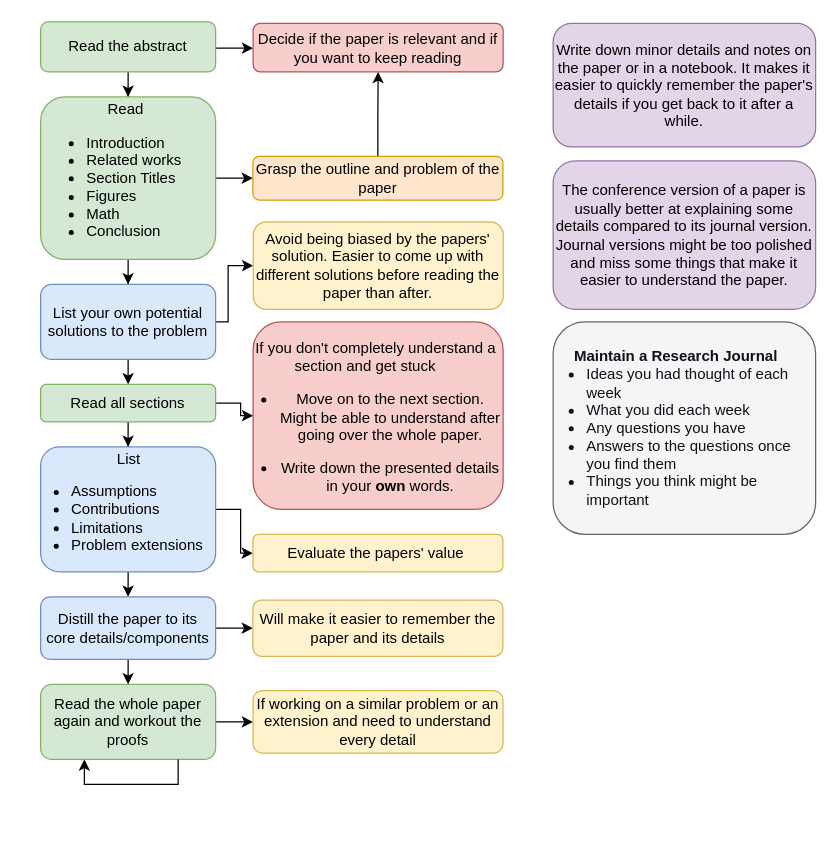
itskalvik/how-to-read keeps this draw.io diagram as how_to_read.drawio. Above is the earlier version. Source tidied: cells renumbered, new cells numbered last; positions are measured from the earlier drawing's top-left corner, leaving out a move shared by most shapes. Both pictures are drawn from the tidied source at 125%, with x=0, y=0 at pixel (40, 21).
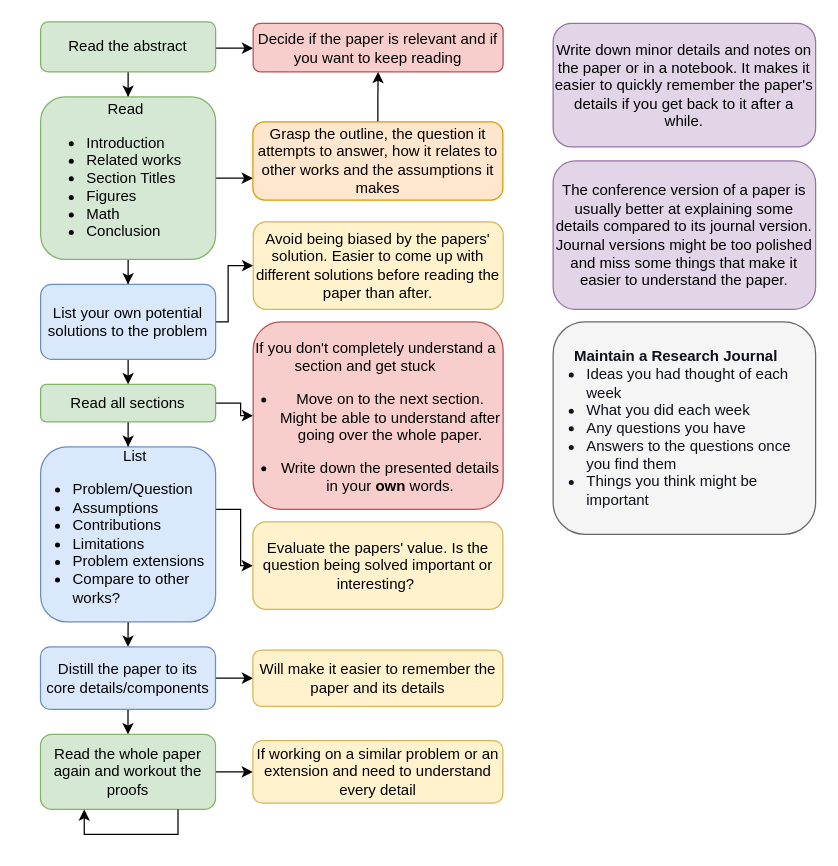
After the change.

The edit, as a diff of the source:
```diff
@@
-    <mxCell id="14" style="edgeStyle=orthogonalEdgeStyle;rounded=0;jettySize=auto;html=1;" parent="1" edge="1" source="16" target="24">
+    <mxCell id="14" style="edgeStyle=orthogonalEdgeStyle;rounded=0;jettySize=auto;html=1;entryX=0;entryY=0.5;entryDx=0;entryDy=0;" parent="1" edge="1" source="16" target="24">
       <mxGeometry relative="1" as="geometry">
         <Array as="points">
           <mxPoint x="160" y="390" />
-          <mxPoint x="160" y="425" />
+          <mxPoint x="160" y="435" />
         </Array>
       </mxGeometry>
     </mxCell>
@@
-    <mxCell id="16" value="&lt;div&gt;&lt;span&gt;&amp;nbsp; &amp;nbsp; &amp;nbsp; &amp;nbsp; List&lt;/span&gt;&lt;/div&gt;&lt;ul&gt;&lt;li style=&quot;text-align: left&quot;&gt;Assumptions&lt;/li&gt;&lt;li style=&quot;text-align: left&quot;&gt;Contributions&lt;/li&gt;&lt;li style=&quot;text-align: left&quot;&gt;Limitations&lt;/li&gt;&lt;li style=&quot;text-align: left&quot;&gt;Problem extensions&lt;/li&gt;&lt;/ul&gt;" style="whiteSpace=wrap;html=1;rounded=1;fillColor=#dae8fc;strokeColor=#6c8ebf;verticalAlign=middle;spacingLeft=-25;" parent="1" vertex="1">
-      <mxGeometry y="340" width="140" height="100" as="geometry" />
+    <mxCell id="16" value="&lt;div&gt;&lt;span&gt;&amp;nbsp; &amp;nbsp; &amp;nbsp; &amp;nbsp; List&lt;/span&gt;&lt;/div&gt;&lt;ul&gt;&lt;li style=&quot;text-align: left&quot;&gt;Problem/Question&lt;/li&gt;&lt;li style=&quot;text-align: left&quot;&gt;Assumptions&lt;/li&gt;&lt;li style=&quot;text-align: left&quot;&gt;Contributions&lt;/li&gt;&lt;li style=&quot;text-align: left&quot;&gt;Limitations&lt;/li&gt;&lt;li style=&quot;text-align: left&quot;&gt;Problem extensions&lt;/li&gt;&lt;li style=&quot;text-align: left&quot;&gt;Compare to other works?&lt;/li&gt;&lt;/ul&gt;" style="whiteSpace=wrap;html=1;rounded=1;fillColor=#dae8fc;strokeColor=#6c8ebf;verticalAlign=middle;spacingLeft=-15;" parent="1" vertex="1">
+      <mxGeometry y="340" width="140" height="140" as="geometry" />
     </mxCell>
@@
     <mxCell id="18" value="Read the whole paper again and workout the proofs" style="whiteSpace=wrap;html=1;rounded=1;fillColor=#d5e8d4;strokeColor=#82b366;" parent="1" vertex="1">
-      <mxGeometry y="530" width="140" height="60" as="geometry" />
+      <mxGeometry x="-0.1" y="570" width="140" height="60" as="geometry" />
     </mxCell>
@@
-    <mxCell id="21" value="Grasp the outline and problem of the paper" style="whiteSpace=wrap;html=1;rounded=1;align=center;fillColor=#ffe6cc;strokeColor=#d79b00;" parent="1" vertex="1">
-      <mxGeometry x="169.8" y="107.5" width="200" height="35" as="geometry" />
+    <mxCell id="21" value="Grasp the outline, the question it attempts to answer, how it relates to other works and the assumptions it makes" style="whiteSpace=wrap;html=1;rounded=1;align=center;fillColor=#ffe6cc;strokeColor=#d79b00;" parent="1" vertex="1">
+      <mxGeometry x="169.8" y="80" width="200" height="62.5" as="geometry" />
     </mxCell>
@@
-    <mxCell id="24" value="Evaluate the papers' value&amp;nbsp;" style="whiteSpace=wrap;html=1;rounded=1;fillColor=#fff2cc;strokeColor=#d6b656;" parent="1" vertex="1">
-      <mxGeometry x="169.8" y="410" width="200" height="30" as="geometry" />
+    <mxCell id="24" value="Evaluate the papers' value. Is the question being solved important or interesting?&amp;nbsp;" style="whiteSpace=wrap;html=1;rounded=1;fillColor=#fff2cc;strokeColor=#d6b656;" parent="1" vertex="1">
+      <mxGeometry x="169.8" y="400" width="200" height="70" as="geometry" />
     </mxCell>
     <mxCell id="25" value="If working on a similar problem or an extension and need to understand every detail" style="whiteSpace=wrap;html=1;rounded=1;fillColor=#fff2cc;strokeColor=#d6b656;" parent="1" vertex="1">
-      <mxGeometry x="169.9" y="535" width="200" height="50" as="geometry" />
+      <mxGeometry x="169.8" y="575" width="200" height="50" as="geometry" />
     </mxCell>
-    <mxCell id="26" style="edgeStyle=orthogonalEdgeStyle;rounded=0;jettySize=auto;html=1;" parent="1" edge="1" source="28" target="29">
-      <mxGeometry relative="1" as="geometry">
-        <Array as="points">
-          <mxPoint x="150" y="485" />
-          <mxPoint x="150" y="485" />
-        </Array>
-      </mxGeometry>
-    </mxCell>
@@
+    <mxCell id="34" style="edgeStyle=orthogonalEdgeStyle;rounded=0;jettySize=auto;html=1;exitX=1;exitY=0.5;exitDx=0;exitDy=0;" parent="1" edge="1" source="28">
+      <mxGeometry relative="1" as="geometry">
+        <mxPoint x="170" y="524.9" as="targetPoint" />
+      </mxGeometry>
+    </mxCell>
     <mxCell id="28" value="Distill the paper to its core details/components" style="whiteSpace=wrap;html=1;rounded=1;fillColor=#dae8fc;strokeColor=#6c8ebf;" parent="1" vertex="1">
-      <mxGeometry y="460" width="140" height="50" as="geometry" />
+      <mxGeometry x="-0.1" y="500" width="140" height="50" as="geometry" />
     </mxCell>
     <mxCell id="29" value="Will make it easier to remember the paper and its details" style="whiteSpace=wrap;html=1;rounded=1;strokeColor=#d6b656;fillColor=#fff2cc;" parent="1" vertex="1">
-      <mxGeometry x="169.8" y="462.5" width="200" height="45" as="geometry" />
+      <mxGeometry x="169.8" y="502.5" width="200" height="45" as="geometry" />
     </mxCell>
@@
     <mxCell id="33" style="edgeStyle=orthogonalEdgeStyle;rounded=0;orthogonalLoop=1;jettySize=auto;html=1;entryX=0.25;entryY=1;entryDx=0;entryDy=0;" parent="1" edge="1" source="18" target="18">
       <mxGeometry relative="1" as="geometry">
         <Array as="points">
-          <mxPoint x="110" y="610" />
-          <mxPoint x="35" y="610" />
+          <mxPoint x="109.9" y="650" />
+          <mxPoint x="34.9" y="650" />
         </Array>
       </mxGeometry>
     </mxCell>
```
